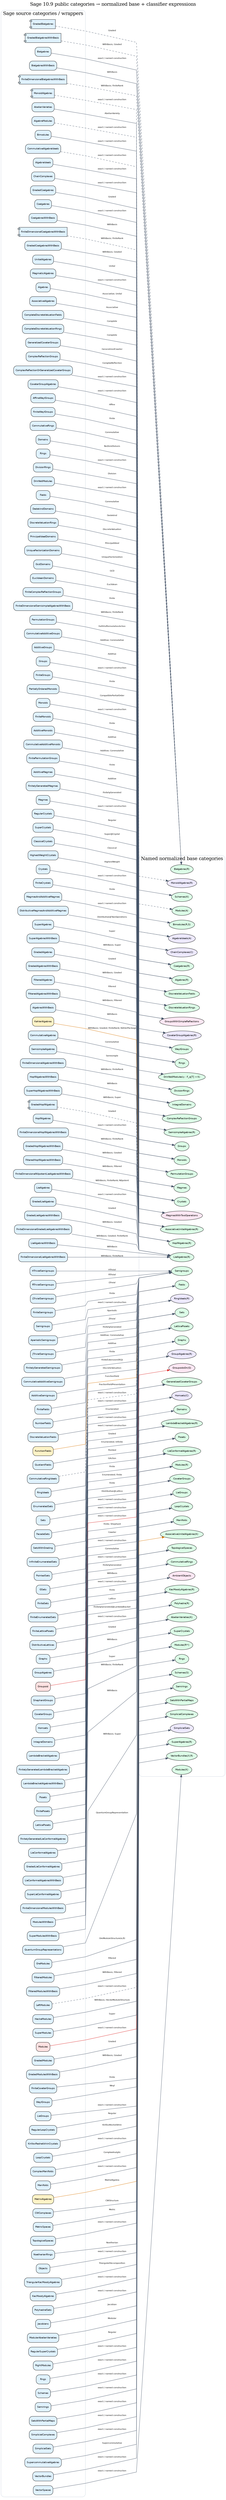
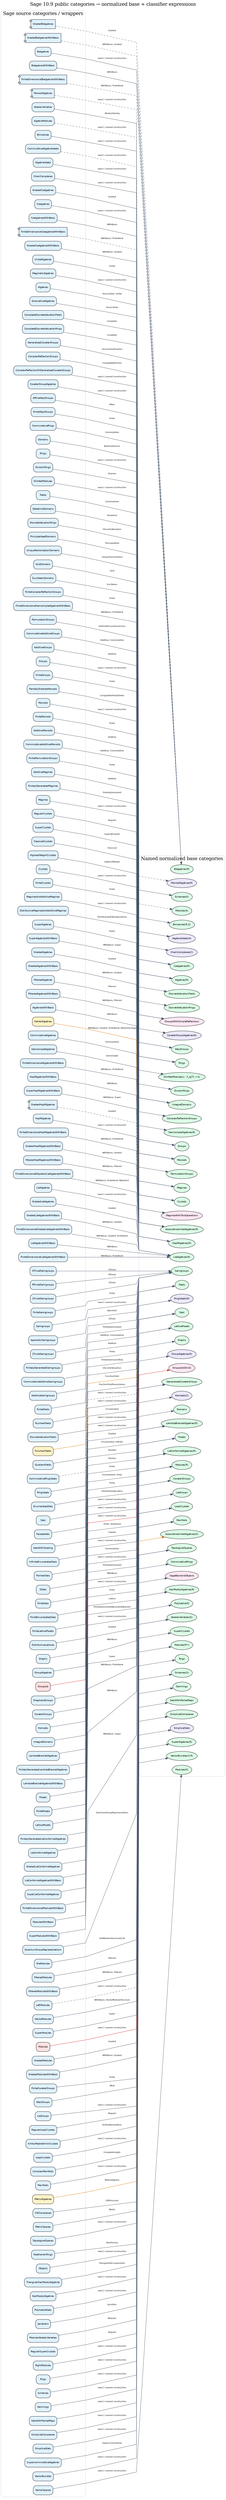
digraph SageNormalizedMapping {
  graph [rankdir=LR, overlap=false, splines=polyline, bgcolor="white",
         label="Sage 10.9 public categories → normalized base + classifier expressions", labelloc=t, fontsize=18];
  node [fontname="Helvetica", fontsize=9];
  edge [fontname="Helvetica", fontsize=8, color="#64748b"];
  subgraph cluster_sage {
    label="Sage source categories / wrappers"; color="#cbd5e1"; style="rounded";
    sage_a10b7a10d816 [label="FiniteDimensionalBialgebrasWithBasis", shape=component, style="rounded,filled", fillcolor="#e0f2fe", URL="https://github.com/sagemath/sage/blob/686dc1a8d420c2e0aabadd4f602d9a0aa4690c50/src/sage/categories/finite_dimensional_bialgebras_with_basis.py"];
    sage_61115eba919b [label="FiniteDimensionalCoalgebrasWithBasis", shape=component, style="rounded,filled", fillcolor="#e0f2fe", URL="https://github.com/sagemath/sage/blob/686dc1a8d420c2e0aabadd4f602d9a0aa4690c50/src/sage/categories/finite_dimensional_coalgebras_with_basis.py"];
    sage_518ab90babb2 [label="GradedBialgebras", shape=component, style="rounded,filled", fillcolor="#e0f2fe", URL="https://github.com/sagemath/sage/blob/686dc1a8d420c2e0aabadd4f602d9a0aa4690c50/src/sage/categories/graded_bialgebras.py"];
    sage_e73b337a8c1c [label="GradedBialgebrasWithBasis", shape=component, style="rounded,filled", fillcolor="#e0f2fe", URL="https://github.com/sagemath/sage/blob/686dc1a8d420c2e0aabadd4f602d9a0aa4690c50/src/sage/categories/graded_bialgebras_with_basis.py"];
    sage_1369b5128888 [label="GradedHopfAlgebras", shape=component, style="rounded,filled", fillcolor="#e0f2fe", URL="https://github.com/sagemath/sage/blob/686dc1a8d420c2e0aabadd4f602d9a0aa4690c50/src/sage/categories/graded_hopf_algebras.py"];
    sage_31d952af0f66 [label="MonoidAlgebras", shape=component, style="rounded,filled", fillcolor="#e0f2fe", URL="https://github.com/sagemath/sage/blob/686dc1a8d420c2e0aabadd4f602d9a0aa4690c50/src/sage/categories/monoid_algebras.py"];
    sage_1694e4766e3a [label="AbelianVarieties", shape=box, style="rounded,filled", fillcolor="#e0f2fe", URL="https://github.com/sagemath/sage/blob/686dc1a8d420c2e0aabadd4f602d9a0aa4690c50/src/sage/categories/schemes.py"];
    sage_15495658efed [label="AdditiveGroups", shape=box, style="rounded,filled", fillcolor="#e0f2fe", URL="https://github.com/sagemath/sage/blob/686dc1a8d420c2e0aabadd4f602d9a0aa4690c50/src/sage/categories/additive_groups.py"];
    sage_6caa2af510c6 [label="AdditiveMagmas", shape=box, style="rounded,filled", fillcolor="#e0f2fe", URL="https://github.com/sagemath/sage/blob/686dc1a8d420c2e0aabadd4f602d9a0aa4690c50/src/sage/categories/additive_magmas.py"];
    sage_0c27acd8e4ea [label="AdditiveMonoids", shape=box, style="rounded,filled", fillcolor="#e0f2fe", URL="https://github.com/sagemath/sage/blob/686dc1a8d420c2e0aabadd4f602d9a0aa4690c50/src/sage/categories/additive_monoids.py"];
    sage_505f02b11bb4 [label="AdditiveSemigroups", shape=box, style="rounded,filled", fillcolor="#e0f2fe", URL="https://github.com/sagemath/sage/blob/686dc1a8d420c2e0aabadd4f602d9a0aa4690c50/src/sage/categories/additive_semigroups.py"];
    sage_9b0e89afc4af [label="AffineWeylGroups", shape=box, style="rounded,filled", fillcolor="#e0f2fe", URL="https://github.com/sagemath/sage/blob/686dc1a8d420c2e0aabadd4f602d9a0aa4690c50/src/sage/categories/affine_weyl_groups.py"];
    sage_f3a64bb374ae [label="AlgebraIdeals", shape=box, style="rounded,filled", fillcolor="#e0f2fe", URL="https://github.com/sagemath/sage/blob/686dc1a8d420c2e0aabadd4f602d9a0aa4690c50/src/sage/categories/algebra_ideals.py"];
    sage_77b8f1236947 [label="AlgebraModules", shape=box, style="rounded,filled", fillcolor="#e0f2fe", URL="https://github.com/sagemath/sage/blob/686dc1a8d420c2e0aabadd4f602d9a0aa4690c50/src/sage/categories/algebra_modules.py"];
    sage_d6d37c787044 [label="Algebras", shape=box, style="rounded,filled", fillcolor="#e0f2fe", URL="https://github.com/sagemath/sage/blob/686dc1a8d420c2e0aabadd4f602d9a0aa4690c50/src/sage/categories/algebras.py"];
    sage_6795bf8a1300 [label="AlgebrasWithBasis", shape=box, style="rounded,filled", fillcolor="#e0f2fe", URL="https://github.com/sagemath/sage/blob/686dc1a8d420c2e0aabadd4f602d9a0aa4690c50/src/sage/categories/algebras_with_basis.py"];
    sage_dc6a6ac7ebf3 [label="AperiodicSemigroups", shape=box, style="rounded,filled", fillcolor="#e0f2fe", URL="https://github.com/sagemath/sage/blob/686dc1a8d420c2e0aabadd4f602d9a0aa4690c50/src/sage/categories/aperiodic_semigroups.py"];
    sage_6d4b2923f28c [label="AssociativeAlgebras", shape=box, style="rounded,filled", fillcolor="#e0f2fe", URL="https://github.com/sagemath/sage/blob/686dc1a8d420c2e0aabadd4f602d9a0aa4690c50/src/sage/categories/associative_algebras.py"];
    sage_a492dd1ea5cc [label="Bialgebras", shape=box, style="rounded,filled", fillcolor="#e0f2fe", URL="https://github.com/sagemath/sage/blob/686dc1a8d420c2e0aabadd4f602d9a0aa4690c50/src/sage/categories/bialgebras.py"];
    sage_0b430a8cf833 [label="BialgebrasWithBasis", shape=box, style="rounded,filled", fillcolor="#e0f2fe", URL="https://github.com/sagemath/sage/blob/686dc1a8d420c2e0aabadd4f602d9a0aa4690c50/src/sage/categories/bialgebras_with_basis.py"];
    sage_18712addae73 [label="Bimodules", shape=box, style="rounded,filled", fillcolor="#e0f2fe", URL="https://github.com/sagemath/sage/blob/686dc1a8d420c2e0aabadd4f602d9a0aa4690c50/src/sage/categories/bimodules.py"];
    sage_5bbcdf4fff4f [label="ChainComplexes", shape=box, style="rounded,filled", fillcolor="#e0f2fe", URL="https://github.com/sagemath/sage/blob/686dc1a8d420c2e0aabadd4f602d9a0aa4690c50/src/sage/categories/chain_complexes.py"];
    sage_9368aabeb573 [label="ClassicalCrystals", shape=box, style="rounded,filled", fillcolor="#e0f2fe", URL="https://github.com/sagemath/sage/blob/686dc1a8d420c2e0aabadd4f602d9a0aa4690c50/src/sage/categories/classical_crystals.py"];
    sage_17c455e578ee [label="Coalgebras", shape=box, style="rounded,filled", fillcolor="#e0f2fe", URL="https://github.com/sagemath/sage/blob/686dc1a8d420c2e0aabadd4f602d9a0aa4690c50/src/sage/categories/coalgebras.py"];
    sage_930a1b9cf5f4 [label="CoalgebrasWithBasis", shape=box, style="rounded,filled", fillcolor="#e0f2fe", URL="https://github.com/sagemath/sage/blob/686dc1a8d420c2e0aabadd4f602d9a0aa4690c50/src/sage/categories/coalgebras_with_basis.py"];
    sage_8cf90f06fd2a [label="CommutativeAdditiveGroups", shape=box, style="rounded,filled", fillcolor="#e0f2fe", URL="https://github.com/sagemath/sage/blob/686dc1a8d420c2e0aabadd4f602d9a0aa4690c50/src/sage/categories/commutative_additive_groups.py"];
    sage_1c085b97fe73 [label="CommutativeAdditiveMonoids", shape=box, style="rounded,filled", fillcolor="#e0f2fe", URL="https://github.com/sagemath/sage/blob/686dc1a8d420c2e0aabadd4f602d9a0aa4690c50/src/sage/categories/commutative_additive_monoids.py"];
    sage_8e8e1c9c5ce6 [label="CommutativeAdditiveSemigroups", shape=box, style="rounded,filled", fillcolor="#e0f2fe", URL="https://github.com/sagemath/sage/blob/686dc1a8d420c2e0aabadd4f602d9a0aa4690c50/src/sage/categories/commutative_additive_semigroups.py"];
    sage_1bbe7f4a1cce [label="CommutativeAlgebraIdeals", shape=box, style="rounded,filled", fillcolor="#e0f2fe", URL="https://github.com/sagemath/sage/blob/686dc1a8d420c2e0aabadd4f602d9a0aa4690c50/src/sage/categories/commutative_algebra_ideals.py"];
    sage_547c4dc3134d [label="CommutativeAlgebras", shape=box, style="rounded,filled", fillcolor="#e0f2fe", URL="https://github.com/sagemath/sage/blob/686dc1a8d420c2e0aabadd4f602d9a0aa4690c50/src/sage/categories/commutative_algebras.py"];
    sage_5dea05cb7440 [label="CommutativeRingIdeals", shape=box, style="rounded,filled", fillcolor="#e0f2fe", URL="https://github.com/sagemath/sage/blob/686dc1a8d420c2e0aabadd4f602d9a0aa4690c50/src/sage/categories/commutative_ring_ideals.py"];
    sage_3d8da0fd6136 [label="CommutativeRings", shape=box, style="rounded,filled", fillcolor="#e0f2fe", URL="https://github.com/sagemath/sage/blob/686dc1a8d420c2e0aabadd4f602d9a0aa4690c50/src/sage/categories/commutative_rings.py"];
    sage_1f4632a5c569 [label="CompleteDiscreteValuationFields", shape=box, style="rounded,filled", fillcolor="#e0f2fe", URL="https://github.com/sagemath/sage/blob/686dc1a8d420c2e0aabadd4f602d9a0aa4690c50/src/sage/categories/complete_discrete_valuation.py"];
    sage_1f299c8ec26f [label="CompleteDiscreteValuationRings", shape=box, style="rounded,filled", fillcolor="#e0f2fe", URL="https://github.com/sagemath/sage/blob/686dc1a8d420c2e0aabadd4f602d9a0aa4690c50/src/sage/categories/complete_discrete_valuation.py"];
    sage_42115443391d [label="ComplexReflectionGroups", shape=box, style="rounded,filled", fillcolor="#e0f2fe", URL="https://github.com/sagemath/sage/blob/686dc1a8d420c2e0aabadd4f602d9a0aa4690c50/src/sage/categories/complex_reflection_groups.py"];
    sage_161fc5ca1f26 [label="ComplexReflectionOrGeneralizedCoxeterGroups", shape=box, style="rounded,filled", fillcolor="#e0f2fe", URL="https://github.com/sagemath/sage/blob/686dc1a8d420c2e0aabadd4f602d9a0aa4690c50/src/sage/categories/complex_reflection_or_generalized_coxeter_groups.py"];
    sage_d9020e7952f4 [label="CoxeterGroupAlgebras", shape=box, style="rounded,filled", fillcolor="#e0f2fe", URL="https://github.com/sagemath/sage/blob/686dc1a8d420c2e0aabadd4f602d9a0aa4690c50/src/sage/categories/coxeter_group_algebras.py"];
    sage_b4c77c98b837 [label="CoxeterGroups", shape=box, style="rounded,filled", fillcolor="#e0f2fe", URL="https://github.com/sagemath/sage/blob/686dc1a8d420c2e0aabadd4f602d9a0aa4690c50/src/sage/categories/coxeter_groups.py"];
    sage_a3c2b2dbd555 [label="Crystals", shape=box, style="rounded,filled", fillcolor="#e0f2fe", URL="https://github.com/sagemath/sage/blob/686dc1a8d420c2e0aabadd4f602d9a0aa4690c50/src/sage/categories/crystals.py"];
    sage_365fcdc8b915 [label="CWComplexes", shape=box, style="rounded,filled", fillcolor="#e0f2fe", URL="https://github.com/sagemath/sage/blob/686dc1a8d420c2e0aabadd4f602d9a0aa4690c50/src/sage/categories/cw_complexes.py"];
    sage_d4ed6b836903 [label="DedekindDomains", shape=box, style="rounded,filled", fillcolor="#e0f2fe", URL="https://github.com/sagemath/sage/blob/686dc1a8d420c2e0aabadd4f602d9a0aa4690c50/src/sage/categories/dedekind_domains.py"];
    sage_81bdf3187421 [label="DiscreteValuationFields", shape=box, style="rounded,filled", fillcolor="#e0f2fe", URL="https://github.com/sagemath/sage/blob/686dc1a8d420c2e0aabadd4f602d9a0aa4690c50/src/sage/categories/discrete_valuation.py"];
    sage_d420b88e26e0 [label="DiscreteValuationRings", shape=box, style="rounded,filled", fillcolor="#e0f2fe", URL="https://github.com/sagemath/sage/blob/686dc1a8d420c2e0aabadd4f602d9a0aa4690c50/src/sage/categories/discrete_valuation.py"];
    sage_5282ae495ef7 [label="DistributiveMagmasAndAdditiveMagmas", shape=box, style="rounded,filled", fillcolor="#e0f2fe", URL="https://github.com/sagemath/sage/blob/686dc1a8d420c2e0aabadd4f602d9a0aa4690c50/src/sage/categories/distributive_magmas_and_additive_magmas.py"];
    sage_34e3333c2fe9 [label="DivisionRings", shape=box, style="rounded,filled", fillcolor="#e0f2fe", URL="https://github.com/sagemath/sage/blob/686dc1a8d420c2e0aabadd4f602d9a0aa4690c50/src/sage/categories/division_rings.py"];
    sage_a0d641b3f1af [label="Domains", shape=box, style="rounded,filled", fillcolor="#e0f2fe", URL="https://github.com/sagemath/sage/blob/686dc1a8d420c2e0aabadd4f602d9a0aa4690c50/src/sage/categories/domains.py"];
    sage_91aa2c40ce87 [label="DrinfeldModules", shape=box, style="rounded,filled", fillcolor="#e0f2fe", URL="https://github.com/sagemath/sage/blob/686dc1a8d420c2e0aabadd4f602d9a0aa4690c50/src/sage/categories/drinfeld_modules.py"];
    sage_287df5d4753c [label="EnumeratedSets", shape=box, style="rounded,filled", fillcolor="#e0f2fe", URL="https://github.com/sagemath/sage/blob/686dc1a8d420c2e0aabadd4f602d9a0aa4690c50/src/sage/categories/enumerated_sets.py"];
    sage_8189b302a153 [label="EuclideanDomains", shape=box, style="rounded,filled", fillcolor="#e0f2fe", URL="https://github.com/sagemath/sage/blob/686dc1a8d420c2e0aabadd4f602d9a0aa4690c50/src/sage/categories/euclidean_domains.py"];
    sage_32d0bce56bbc [label="FacadeSets", shape=box, style="rounded,filled", fillcolor="#e0f2fe", URL="https://github.com/sagemath/sage/blob/686dc1a8d420c2e0aabadd4f602d9a0aa4690c50/src/sage/categories/facade_sets.py"];
    sage_e8b685271238 [label="Fields", shape=box, style="rounded,filled", fillcolor="#e0f2fe", URL="https://github.com/sagemath/sage/blob/686dc1a8d420c2e0aabadd4f602d9a0aa4690c50/src/sage/categories/fields.py"];
    sage_5a253e5fd315 [label="FilteredAlgebras", shape=box, style="rounded,filled", fillcolor="#e0f2fe", URL="https://github.com/sagemath/sage/blob/686dc1a8d420c2e0aabadd4f602d9a0aa4690c50/src/sage/categories/filtered_algebras.py"];
    sage_91a16d12aa67 [label="FilteredAlgebrasWithBasis", shape=box, style="rounded,filled", fillcolor="#e0f2fe", URL="https://github.com/sagemath/sage/blob/686dc1a8d420c2e0aabadd4f602d9a0aa4690c50/src/sage/categories/filtered_algebras_with_basis.py"];
    sage_45e502e09eb8 [label="FilteredHopfAlgebrasWithBasis", shape=box, style="rounded,filled", fillcolor="#e0f2fe", URL="https://github.com/sagemath/sage/blob/686dc1a8d420c2e0aabadd4f602d9a0aa4690c50/src/sage/categories/filtered_hopf_algebras_with_basis.py"];
    sage_556bd5d785c2 [label="FilteredModules", shape=box, style="rounded,filled", fillcolor="#e0f2fe", URL="https://github.com/sagemath/sage/blob/686dc1a8d420c2e0aabadd4f602d9a0aa4690c50/src/sage/categories/filtered_modules.py"];
    sage_ffd46fda461e [label="FilteredModulesWithBasis", shape=box, style="rounded,filled", fillcolor="#e0f2fe", URL="https://github.com/sagemath/sage/blob/686dc1a8d420c2e0aabadd4f602d9a0aa4690c50/src/sage/categories/filtered_modules_with_basis.py"];
    sage_fdd21d56c088 [label="FiniteComplexReflectionGroups", shape=box, style="rounded,filled", fillcolor="#e0f2fe", URL="https://github.com/sagemath/sage/blob/686dc1a8d420c2e0aabadd4f602d9a0aa4690c50/src/sage/categories/finite_complex_reflection_groups.py"];
    sage_c5f99255087d [label="FiniteCoxeterGroups", shape=box, style="rounded,filled", fillcolor="#e0f2fe", URL="https://github.com/sagemath/sage/blob/686dc1a8d420c2e0aabadd4f602d9a0aa4690c50/src/sage/categories/finite_coxeter_groups.py"];
    sage_686a2068ca21 [label="FiniteCrystals", shape=box, style="rounded,filled", fillcolor="#e0f2fe", URL="https://github.com/sagemath/sage/blob/686dc1a8d420c2e0aabadd4f602d9a0aa4690c50/src/sage/categories/finite_crystals.py"];
    sage_3f6b4a972698 [label="FiniteDimensionalAlgebrasWithBasis", shape=box, style="rounded,filled", fillcolor="#e0f2fe", URL="https://github.com/sagemath/sage/blob/686dc1a8d420c2e0aabadd4f602d9a0aa4690c50/src/sage/categories/finite_dimensional_algebras_with_basis.py"];
    sage_62cab49a17a2 [label="FiniteDimensionalGradedLieAlgebrasWithBasis", shape=box, style="rounded,filled", fillcolor="#e0f2fe", URL="https://github.com/sagemath/sage/blob/686dc1a8d420c2e0aabadd4f602d9a0aa4690c50/src/sage/categories/finite_dimensional_graded_lie_algebras_with_basis.py"];
    sage_b767ab41f49b [label="FiniteDimensionalHopfAlgebrasWithBasis", shape=box, style="rounded,filled", fillcolor="#e0f2fe", URL="https://github.com/sagemath/sage/blob/686dc1a8d420c2e0aabadd4f602d9a0aa4690c50/src/sage/categories/finite_dimensional_hopf_algebras_with_basis.py"];
    sage_5b0c9872e369 [label="FiniteDimensionalLieAlgebrasWithBasis", shape=box, style="rounded,filled", fillcolor="#e0f2fe", URL="https://github.com/sagemath/sage/blob/686dc1a8d420c2e0aabadd4f602d9a0aa4690c50/src/sage/categories/finite_dimensional_lie_algebras_with_basis.py"];
    sage_aecc0518fd09 [label="FiniteDimensionalModulesWithBasis", shape=box, style="rounded,filled", fillcolor="#e0f2fe", URL="https://github.com/sagemath/sage/blob/686dc1a8d420c2e0aabadd4f602d9a0aa4690c50/src/sage/categories/finite_dimensional_modules_with_basis.py"];
    sage_a72fc3cc6d63 [label="FiniteDimensionalNilpotentLieAlgebrasWithBasis", shape=box, style="rounded,filled", fillcolor="#e0f2fe", URL="https://github.com/sagemath/sage/blob/686dc1a8d420c2e0aabadd4f602d9a0aa4690c50/src/sage/categories/finite_dimensional_nilpotent_lie_algebras_with_basis.py"];
    sage_3540d21d585b [label="FiniteDimensionalSemisimpleAlgebrasWithBasis", shape=box, style="rounded,filled", fillcolor="#e0f2fe", URL="https://github.com/sagemath/sage/blob/686dc1a8d420c2e0aabadd4f602d9a0aa4690c50/src/sage/categories/finite_dimensional_semisimple_algebras_with_basis.py"];
    sage_3a142f2fa146 [label="FiniteEnumeratedSets", shape=box, style="rounded,filled", fillcolor="#e0f2fe", URL="https://github.com/sagemath/sage/blob/686dc1a8d420c2e0aabadd4f602d9a0aa4690c50/src/sage/categories/finite_enumerated_sets.py"];
    sage_98923a1988ce [label="FiniteFields", shape=box, style="rounded,filled", fillcolor="#e0f2fe", URL="https://github.com/sagemath/sage/blob/686dc1a8d420c2e0aabadd4f602d9a0aa4690c50/src/sage/categories/finite_fields.py"];
    sage_cc7516239d47 [label="FiniteGroups", shape=box, style="rounded,filled", fillcolor="#e0f2fe", URL="https://github.com/sagemath/sage/blob/686dc1a8d420c2e0aabadd4f602d9a0aa4690c50/src/sage/categories/finite_groups.py"];
    sage_e9feebbc95e8 [label="FiniteLatticePosets", shape=box, style="rounded,filled", fillcolor="#e0f2fe", URL="https://github.com/sagemath/sage/blob/686dc1a8d420c2e0aabadd4f602d9a0aa4690c50/src/sage/categories/finite_lattice_posets.py"];
    sage_09b62a83a0ae [label="FiniteMonoids", shape=box, style="rounded,filled", fillcolor="#e0f2fe", URL="https://github.com/sagemath/sage/blob/686dc1a8d420c2e0aabadd4f602d9a0aa4690c50/src/sage/categories/finite_monoids.py"];
    sage_5e3c04638a1a [label="FinitePermutationGroups", shape=box, style="rounded,filled", fillcolor="#e0f2fe", URL="https://github.com/sagemath/sage/blob/686dc1a8d420c2e0aabadd4f602d9a0aa4690c50/src/sage/categories/finite_permutation_groups.py"];
    sage_476c34385fa9 [label="FinitePosets", shape=box, style="rounded,filled", fillcolor="#e0f2fe", URL="https://github.com/sagemath/sage/blob/686dc1a8d420c2e0aabadd4f602d9a0aa4690c50/src/sage/categories/finite_posets.py"];
    sage_7de113cf8f8c [label="FiniteSemigroups", shape=box, style="rounded,filled", fillcolor="#e0f2fe", URL="https://github.com/sagemath/sage/blob/686dc1a8d420c2e0aabadd4f602d9a0aa4690c50/src/sage/categories/finite_semigroups.py"];
    sage_dd6fa83dba6c [label="FiniteSets", shape=box, style="rounded,filled", fillcolor="#e0f2fe", URL="https://github.com/sagemath/sage/blob/686dc1a8d420c2e0aabadd4f602d9a0aa4690c50/src/sage/categories/finite_sets.py"];
    sage_44f31d277e02 [label="FiniteWeylGroups", shape=box, style="rounded,filled", fillcolor="#e0f2fe", URL="https://github.com/sagemath/sage/blob/686dc1a8d420c2e0aabadd4f602d9a0aa4690c50/src/sage/categories/finite_weyl_groups.py"];
    sage_b1518bae74d3 [label="FinitelyGeneratedLambdaBracketAlgebras", shape=box, style="rounded,filled", fillcolor="#e0f2fe", URL="https://github.com/sagemath/sage/blob/686dc1a8d420c2e0aabadd4f602d9a0aa4690c50/src/sage/categories/finitely_generated_lambda_bracket_algebras.py"];
    sage_804a03ff73ce [label="FinitelyGeneratedLieConformalAlgebras", shape=box, style="rounded,filled", fillcolor="#e0f2fe", URL="https://github.com/sagemath/sage/blob/686dc1a8d420c2e0aabadd4f602d9a0aa4690c50/src/sage/categories/finitely_generated_lie_conformal_algebras.py"];
    sage_3d0613fec294 [label="FinitelyGeneratedMagmas", shape=box, style="rounded,filled", fillcolor="#e0f2fe", URL="https://github.com/sagemath/sage/blob/686dc1a8d420c2e0aabadd4f602d9a0aa4690c50/src/sage/categories/finitely_generated_magmas.py"];
    sage_94b19b0ed06d [label="FinitelyGeneratedSemigroups", shape=box, style="rounded,filled", fillcolor="#e0f2fe", URL="https://github.com/sagemath/sage/blob/686dc1a8d420c2e0aabadd4f602d9a0aa4690c50/src/sage/categories/finitely_generated_semigroups.py"];
    sage_18bfc1afa49f [label="FunctionFields", shape=box, style="rounded,filled", fillcolor="#fef3c7", URL="https://github.com/sagemath/sage/blob/686dc1a8d420c2e0aabadd4f602d9a0aa4690c50/src/sage/categories/function_fields.py"];
    sage_7ba128acc907 [label="GSets", shape=box, style="rounded,filled", fillcolor="#e0f2fe", URL="https://github.com/sagemath/sage/blob/686dc1a8d420c2e0aabadd4f602d9a0aa4690c50/src/sage/categories/g_sets.py"];
    sage_184d856c094d [label="GcdDomains", shape=box, style="rounded,filled", fillcolor="#e0f2fe", URL="https://github.com/sagemath/sage/blob/686dc1a8d420c2e0aabadd4f602d9a0aa4690c50/src/sage/categories/gcd_domains.py"];
    sage_1a94d00ba9b9 [label="GeneralizedCoxeterGroups", shape=box, style="rounded,filled", fillcolor="#e0f2fe", URL="https://github.com/sagemath/sage/blob/686dc1a8d420c2e0aabadd4f602d9a0aa4690c50/src/sage/categories/generalized_coxeter_groups.py"];
    sage_be0ea3717b71 [label="GradedAlgebras", shape=box, style="rounded,filled", fillcolor="#e0f2fe", URL="https://github.com/sagemath/sage/blob/686dc1a8d420c2e0aabadd4f602d9a0aa4690c50/src/sage/categories/graded_algebras.py"];
    sage_807cdd53097d [label="GradedAlgebrasWithBasis", shape=box, style="rounded,filled", fillcolor="#e0f2fe", URL="https://github.com/sagemath/sage/blob/686dc1a8d420c2e0aabadd4f602d9a0aa4690c50/src/sage/categories/graded_algebras_with_basis.py"];
    sage_919cb1985ae2 [label="GradedCoalgebras", shape=box, style="rounded,filled", fillcolor="#e0f2fe", URL="https://github.com/sagemath/sage/blob/686dc1a8d420c2e0aabadd4f602d9a0aa4690c50/src/sage/categories/graded_coalgebras.py"];
    sage_418194415c21 [label="GradedCoalgebrasWithBasis", shape=box, style="rounded,filled", fillcolor="#e0f2fe", URL="https://github.com/sagemath/sage/blob/686dc1a8d420c2e0aabadd4f602d9a0aa4690c50/src/sage/categories/graded_coalgebras_with_basis.py"];
    sage_987814cde733 [label="GradedHopfAlgebrasWithBasis", shape=box, style="rounded,filled", fillcolor="#e0f2fe", URL="https://github.com/sagemath/sage/blob/686dc1a8d420c2e0aabadd4f602d9a0aa4690c50/src/sage/categories/graded_hopf_algebras_with_basis.py"];
    sage_480b8b9c7d33 [label="GradedLieAlgebras", shape=box, style="rounded,filled", fillcolor="#e0f2fe", URL="https://github.com/sagemath/sage/blob/686dc1a8d420c2e0aabadd4f602d9a0aa4690c50/src/sage/categories/graded_lie_algebras.py"];
    sage_95fb40c737b8 [label="GradedLieAlgebrasWithBasis", shape=box, style="rounded,filled", fillcolor="#e0f2fe", URL="https://github.com/sagemath/sage/blob/686dc1a8d420c2e0aabadd4f602d9a0aa4690c50/src/sage/categories/graded_lie_algebras_with_basis.py"];
    sage_17628f5a559c [label="GradedLieConformalAlgebras", shape=box, style="rounded,filled", fillcolor="#e0f2fe", URL="https://github.com/sagemath/sage/blob/686dc1a8d420c2e0aabadd4f602d9a0aa4690c50/src/sage/categories/graded_lie_conformal_algebras.py"];
    sage_6b8d41945bbd [label="GradedModules", shape=box, style="rounded,filled", fillcolor="#e0f2fe", URL="https://github.com/sagemath/sage/blob/686dc1a8d420c2e0aabadd4f602d9a0aa4690c50/src/sage/categories/graded_modules.py"];
    sage_56ca4f120854 [label="GradedModulesWithBasis", shape=box, style="rounded,filled", fillcolor="#e0f2fe", URL="https://github.com/sagemath/sage/blob/686dc1a8d420c2e0aabadd4f602d9a0aa4690c50/src/sage/categories/graded_modules_with_basis.py"];
    sage_78399476ef16 [label="Graphs", shape=box, style="rounded,filled", fillcolor="#e0f2fe", URL="https://github.com/sagemath/sage/blob/686dc1a8d420c2e0aabadd4f602d9a0aa4690c50/src/sage/categories/graphs.py"];
    sage_6754fb6cd8b3 [label="GroupAlgebras", shape=box, style="rounded,filled", fillcolor="#e0f2fe", URL="https://github.com/sagemath/sage/blob/686dc1a8d420c2e0aabadd4f602d9a0aa4690c50/src/sage/categories/group_algebras.py"];
    sage_b4060810bdc8 [label="Groupoid", shape=box, style="rounded,filled", fillcolor="#fee2e2", URL="https://github.com/sagemath/sage/blob/686dc1a8d420c2e0aabadd4f602d9a0aa4690c50/src/sage/categories/groupoid.py"];
    sage_ae9629f4ebb8 [label="Groups", shape=box, style="rounded,filled", fillcolor="#e0f2fe", URL="https://github.com/sagemath/sage/blob/686dc1a8d420c2e0aabadd4f602d9a0aa4690c50/src/sage/categories/groups.py"];
    sage_ff3d870612be [label="HTrivialSemigroups", shape=box, style="rounded,filled", fillcolor="#e0f2fe", URL="https://github.com/sagemath/sage/blob/686dc1a8d420c2e0aabadd4f602d9a0aa4690c50/src/sage/categories/h_trivial_semigroups.py"];
    sage_c26ffd9f4356 [label="HeckeModules", shape=box, style="rounded,filled", fillcolor="#e0f2fe", URL="https://github.com/sagemath/sage/blob/686dc1a8d420c2e0aabadd4f602d9a0aa4690c50/src/sage/categories/hecke_modules.py"];
    sage_1129970345ee [label="HighestWeightCrystals", shape=box, style="rounded,filled", fillcolor="#e0f2fe", URL="https://github.com/sagemath/sage/blob/686dc1a8d420c2e0aabadd4f602d9a0aa4690c50/src/sage/categories/highest_weight_crystals.py"];
    sage_cf9fa120c4c7 [label="Homsets", shape=box, style="rounded,filled", fillcolor="#e0f2fe", URL="https://github.com/sagemath/sage/blob/686dc1a8d420c2e0aabadd4f602d9a0aa4690c50/src/sage/categories/homsets.py"];
    sage_3e8b497307f5 [label="HopfAlgebras", shape=box, style="rounded,filled", fillcolor="#e0f2fe", URL="https://github.com/sagemath/sage/blob/686dc1a8d420c2e0aabadd4f602d9a0aa4690c50/src/sage/categories/hopf_algebras.py"];
    sage_cd0ddcef5725 [label="HopfAlgebrasWithBasis", shape=box, style="rounded,filled", fillcolor="#e0f2fe", URL="https://github.com/sagemath/sage/blob/686dc1a8d420c2e0aabadd4f602d9a0aa4690c50/src/sage/categories/hopf_algebras_with_basis.py"];
    sage_9a00984eb2d7 [label="InfiniteEnumeratedSets", shape=box, style="rounded,filled", fillcolor="#e0f2fe", URL="https://github.com/sagemath/sage/blob/686dc1a8d420c2e0aabadd4f602d9a0aa4690c50/src/sage/categories/infinite_enumerated_sets.py"];
    sage_1ca3a9a5a7cb [label="IntegralDomains", shape=box, style="rounded,filled", fillcolor="#e0f2fe", URL="https://github.com/sagemath/sage/blob/686dc1a8d420c2e0aabadd4f602d9a0aa4690c50/src/sage/categories/integral_domains.py"];
    sage_dd194c3dc46a [label="JTrivialSemigroups", shape=box, style="rounded,filled", fillcolor="#e0f2fe", URL="https://github.com/sagemath/sage/blob/686dc1a8d420c2e0aabadd4f602d9a0aa4690c50/src/sage/categories/j_trivial_semigroups.py"];
    sage_46c150798ff0 [label="KacMoodyAlgebras", shape=box, style="rounded,filled", fillcolor="#e0f2fe", URL="https://github.com/sagemath/sage/blob/686dc1a8d420c2e0aabadd4f602d9a0aa4690c50/src/sage/categories/kac_moody_algebras.py"];
    sage_c6dec338603a [label="KahlerAlgebras", shape=box, style="rounded,filled", fillcolor="#fef3c7", URL="https://github.com/sagemath/sage/blob/686dc1a8d420c2e0aabadd4f602d9a0aa4690c50/src/sage/categories/kahler_algebras.py"];
    sage_351c32f9b3d0 [label="LTrivialSemigroups", shape=box, style="rounded,filled", fillcolor="#e0f2fe", URL="https://github.com/sagemath/sage/blob/686dc1a8d420c2e0aabadd4f602d9a0aa4690c50/src/sage/categories/l_trivial_semigroups.py"];
    sage_25e512299af5 [label="LambdaBracketAlgebras", shape=box, style="rounded,filled", fillcolor="#e0f2fe", URL="https://github.com/sagemath/sage/blob/686dc1a8d420c2e0aabadd4f602d9a0aa4690c50/src/sage/categories/lambda_bracket_algebras.py"];
    sage_bd501221405a [label="LambdaBracketAlgebrasWithBasis", shape=box, style="rounded,filled", fillcolor="#e0f2fe", URL="https://github.com/sagemath/sage/blob/686dc1a8d420c2e0aabadd4f602d9a0aa4690c50/src/sage/categories/lambda_bracket_algebras_with_basis.py"];
    sage_79edf78e8849 [label="DistributiveLattices", shape=box, style="rounded,filled", fillcolor="#e0f2fe", URL="https://github.com/sagemath/sage/blob/686dc1a8d420c2e0aabadd4f602d9a0aa4690c50/src/sage/categories/lattice_posets.py"];
    sage_e40041b56658 [label="LatticePosets", shape=box, style="rounded,filled", fillcolor="#e0f2fe", URL="https://github.com/sagemath/sage/blob/686dc1a8d420c2e0aabadd4f602d9a0aa4690c50/src/sage/categories/lattice_posets.py"];
    sage_b17c1e63aa0f [label="LeftModules", shape=box, style="rounded,filled", fillcolor="#e0f2fe", URL="https://github.com/sagemath/sage/blob/686dc1a8d420c2e0aabadd4f602d9a0aa4690c50/src/sage/categories/left_modules.py"];
    sage_290ea1cb9aeb [label="LieAlgebras", shape=box, style="rounded,filled", fillcolor="#e0f2fe", URL="https://github.com/sagemath/sage/blob/686dc1a8d420c2e0aabadd4f602d9a0aa4690c50/src/sage/categories/lie_algebras.py"];
    sage_7ad02c2d621f [label="LieAlgebrasWithBasis", shape=box, style="rounded,filled", fillcolor="#e0f2fe", URL="https://github.com/sagemath/sage/blob/686dc1a8d420c2e0aabadd4f602d9a0aa4690c50/src/sage/categories/lie_algebras_with_basis.py"];
    sage_1d77a9353b9e [label="LieConformalAlgebras", shape=box, style="rounded,filled", fillcolor="#e0f2fe", URL="https://github.com/sagemath/sage/blob/686dc1a8d420c2e0aabadd4f602d9a0aa4690c50/src/sage/categories/lie_conformal_algebras.py"];
    sage_b92bfc55d5ba [label="LieConformalAlgebrasWithBasis", shape=box, style="rounded,filled", fillcolor="#e0f2fe", URL="https://github.com/sagemath/sage/blob/686dc1a8d420c2e0aabadd4f602d9a0aa4690c50/src/sage/categories/lie_conformal_algebras_with_basis.py"];
    sage_a5b329834c9a [label="LieGroups", shape=box, style="rounded,filled", fillcolor="#e0f2fe", URL="https://github.com/sagemath/sage/blob/686dc1a8d420c2e0aabadd4f602d9a0aa4690c50/src/sage/categories/lie_groups.py"];
    sage_77046a539bd5 [label="KirillovReshetikhinCrystals", shape=box, style="rounded,filled", fillcolor="#e0f2fe", URL="https://github.com/sagemath/sage/blob/686dc1a8d420c2e0aabadd4f602d9a0aa4690c50/src/sage/categories/loop_crystals.py"];
    sage_4b1d3c7f6f2b [label="LoopCrystals", shape=box, style="rounded,filled", fillcolor="#e0f2fe", URL="https://github.com/sagemath/sage/blob/686dc1a8d420c2e0aabadd4f602d9a0aa4690c50/src/sage/categories/loop_crystals.py"];
    sage_b7190f7c4b70 [label="RegularLoopCrystals", shape=box, style="rounded,filled", fillcolor="#e0f2fe", URL="https://github.com/sagemath/sage/blob/686dc1a8d420c2e0aabadd4f602d9a0aa4690c50/src/sage/categories/loop_crystals.py"];
    sage_c2c8e74e59f6 [label="Magmas", shape=box, style="rounded,filled", fillcolor="#e0f2fe", URL="https://github.com/sagemath/sage/blob/686dc1a8d420c2e0aabadd4f602d9a0aa4690c50/src/sage/categories/magmas.py"];
    sage_ce4db4c204eb [label="MagmasAndAdditiveMagmas", shape=box, style="rounded,filled", fillcolor="#e0f2fe", URL="https://github.com/sagemath/sage/blob/686dc1a8d420c2e0aabadd4f602d9a0aa4690c50/src/sage/categories/magmas_and_additive_magmas.py"];
    sage_0d2bdb012929 [label="MagmaticAlgebras", shape=box, style="rounded,filled", fillcolor="#e0f2fe", URL="https://github.com/sagemath/sage/blob/686dc1a8d420c2e0aabadd4f602d9a0aa4690c50/src/sage/categories/magmatic_algebras.py"];
    sage_73c8c5f00888 [label="ComplexManifolds", shape=box, style="rounded,filled", fillcolor="#e0f2fe", URL="https://github.com/sagemath/sage/blob/686dc1a8d420c2e0aabadd4f602d9a0aa4690c50/src/sage/categories/manifolds.py"];
    sage_b29321c28bdd [label="Manifolds", shape=box, style="rounded,filled", fillcolor="#e0f2fe", URL="https://github.com/sagemath/sage/blob/686dc1a8d420c2e0aabadd4f602d9a0aa4690c50/src/sage/categories/manifolds.py"];
    sage_118c5eef8218 [label="MatrixAlgebras", shape=box, style="rounded,filled", fillcolor="#fef3c7", URL="https://github.com/sagemath/sage/blob/686dc1a8d420c2e0aabadd4f602d9a0aa4690c50/src/sage/categories/matrix_algebras.py"];
    sage_219a10054442 [label="MetricSpaces", shape=box, style="rounded,filled", fillcolor="#e0f2fe", URL="https://github.com/sagemath/sage/blob/686dc1a8d420c2e0aabadd4f602d9a0aa4690c50/src/sage/categories/metric_spaces.py"];
    sage_324406355fdf [label="ModularAbelianVarieties", shape=box, style="rounded,filled", fillcolor="#e0f2fe", URL="https://github.com/sagemath/sage/blob/686dc1a8d420c2e0aabadd4f602d9a0aa4690c50/src/sage/categories/modular_abelian_varieties.py"];
    sage_04e9462c0ff0 [label="Modules", shape=box, style="rounded,filled", fillcolor="#fee2e2", URL="https://github.com/sagemath/sage/blob/686dc1a8d420c2e0aabadd4f602d9a0aa4690c50/src/sage/categories/modules.py"];
    sage_eaa48976f90d [label="ModulesWithBasis", shape=box, style="rounded,filled", fillcolor="#e0f2fe", URL="https://github.com/sagemath/sage/blob/686dc1a8d420c2e0aabadd4f602d9a0aa4690c50/src/sage/categories/modules_with_basis.py"];
    sage_56e588a86d02 [label="Monoids", shape=box, style="rounded,filled", fillcolor="#e0f2fe", URL="https://github.com/sagemath/sage/blob/686dc1a8d420c2e0aabadd4f602d9a0aa4690c50/src/sage/categories/monoids.py"];
    sage_084de703e1be [label="NoetherianRings", shape=box, style="rounded,filled", fillcolor="#e0f2fe", URL="https://github.com/sagemath/sage/blob/686dc1a8d420c2e0aabadd4f602d9a0aa4690c50/src/sage/categories/noetherian_rings.py"];
    sage_dda7395e5d4b [label="NumberFields", shape=box, style="rounded,filled", fillcolor="#e0f2fe", URL="https://github.com/sagemath/sage/blob/686dc1a8d420c2e0aabadd4f602d9a0aa4690c50/src/sage/categories/number_fields.py"];
    sage_72a83add2c5e [label="Objects", shape=box, style="rounded,filled", fillcolor="#e0f2fe", URL="https://github.com/sagemath/sage/blob/686dc1a8d420c2e0aabadd4f602d9a0aa4690c50/src/sage/categories/objects.py"];
    sage_9b6151949138 [label="OreModules", shape=box, style="rounded,filled", fillcolor="#e0f2fe", URL="https://github.com/sagemath/sage/blob/686dc1a8d420c2e0aabadd4f602d9a0aa4690c50/src/sage/categories/ore_modules.py"];
    sage_8d1c6be44055 [label="PartiallyOrderedMonoids", shape=box, style="rounded,filled", fillcolor="#e0f2fe", URL="https://github.com/sagemath/sage/blob/686dc1a8d420c2e0aabadd4f602d9a0aa4690c50/src/sage/categories/partially_ordered_monoids.py"];
    sage_d201f1533e6e [label="PermutationGroups", shape=box, style="rounded,filled", fillcolor="#e0f2fe", URL="https://github.com/sagemath/sage/blob/686dc1a8d420c2e0aabadd4f602d9a0aa4690c50/src/sage/categories/permutation_groups.py"];
    sage_8213450e0e52 [label="PointedSets", shape=box, style="rounded,filled", fillcolor="#e0f2fe", URL="https://github.com/sagemath/sage/blob/686dc1a8d420c2e0aabadd4f602d9a0aa4690c50/src/sage/categories/pointed_sets.py"];
    sage_2da4dde9db7a [label="PolyhedralSets", shape=box, style="rounded,filled", fillcolor="#e0f2fe", URL="https://github.com/sagemath/sage/blob/686dc1a8d420c2e0aabadd4f602d9a0aa4690c50/src/sage/categories/polyhedra.py"];
    sage_1b9290901017 [label="Posets", shape=box, style="rounded,filled", fillcolor="#e0f2fe", URL="https://github.com/sagemath/sage/blob/686dc1a8d420c2e0aabadd4f602d9a0aa4690c50/src/sage/categories/posets.py"];
    sage_2be5837abb10 [label="PrincipalIdealDomains", shape=box, style="rounded,filled", fillcolor="#e0f2fe", URL="https://github.com/sagemath/sage/blob/686dc1a8d420c2e0aabadd4f602d9a0aa4690c50/src/sage/categories/principal_ideal_domains.py"];
    sage_6ffd32d0c374 [label="QuantumGroupRepresentations", shape=box, style="rounded,filled", fillcolor="#e0f2fe", URL="https://github.com/sagemath/sage/blob/686dc1a8d420c2e0aabadd4f602d9a0aa4690c50/src/sage/categories/quantum_group_representations.py"];
    sage_895f02661887 [label="QuotientFields", shape=box, style="rounded,filled", fillcolor="#e0f2fe", URL="https://github.com/sagemath/sage/blob/686dc1a8d420c2e0aabadd4f602d9a0aa4690c50/src/sage/categories/quotient_fields.py"];
    sage_5c5a72de4ef6 [label="RTrivialSemigroups", shape=box, style="rounded,filled", fillcolor="#e0f2fe", URL="https://github.com/sagemath/sage/blob/686dc1a8d420c2e0aabadd4f602d9a0aa4690c50/src/sage/categories/r_trivial_semigroups.py"];
    sage_722143466608 [label="RegularCrystals", shape=box, style="rounded,filled", fillcolor="#e0f2fe", URL="https://github.com/sagemath/sage/blob/686dc1a8d420c2e0aabadd4f602d9a0aa4690c50/src/sage/categories/regular_crystals.py"];
    sage_3ce36bb1ada3 [label="RegularSuperCrystals", shape=box, style="rounded,filled", fillcolor="#e0f2fe", URL="https://github.com/sagemath/sage/blob/686dc1a8d420c2e0aabadd4f602d9a0aa4690c50/src/sage/categories/regular_super_crystals.py"];
    sage_c704c375032f [label="RightModules", shape=box, style="rounded,filled", fillcolor="#e0f2fe", URL="https://github.com/sagemath/sage/blob/686dc1a8d420c2e0aabadd4f602d9a0aa4690c50/src/sage/categories/right_modules.py"];
    sage_bf8a9e50e0ca [label="RingIdeals", shape=box, style="rounded,filled", fillcolor="#e0f2fe", URL="https://github.com/sagemath/sage/blob/686dc1a8d420c2e0aabadd4f602d9a0aa4690c50/src/sage/categories/ring_ideals.py"];
    sage_75b04b88d466 [label="Rings", shape=box, style="rounded,filled", fillcolor="#e0f2fe", URL="https://github.com/sagemath/sage/blob/686dc1a8d420c2e0aabadd4f602d9a0aa4690c50/src/sage/categories/rings.py"];
    sage_a50c7afdb74a [label="Rngs", shape=box, style="rounded,filled", fillcolor="#e0f2fe", URL="https://github.com/sagemath/sage/blob/686dc1a8d420c2e0aabadd4f602d9a0aa4690c50/src/sage/categories/rngs.py"];
    sage_65d2b63f219c [label="Jacobians", shape=box, style="rounded,filled", fillcolor="#e0f2fe", URL="https://github.com/sagemath/sage/blob/686dc1a8d420c2e0aabadd4f602d9a0aa4690c50/src/sage/categories/schemes.py"];
    sage_0a4e55c66da7 [label="Schemes", shape=box, style="rounded,filled", fillcolor="#e0f2fe", URL="https://github.com/sagemath/sage/blob/686dc1a8d420c2e0aabadd4f602d9a0aa4690c50/src/sage/categories/schemes.py"];
    sage_ef263c15e407 [label="Semigroups", shape=box, style="rounded,filled", fillcolor="#e0f2fe", URL="https://github.com/sagemath/sage/blob/686dc1a8d420c2e0aabadd4f602d9a0aa4690c50/src/sage/categories/semigroups.py"];
    sage_5ed3021e33f8 [label="Semirings", shape=box, style="rounded,filled", fillcolor="#e0f2fe", URL="https://github.com/sagemath/sage/blob/686dc1a8d420c2e0aabadd4f602d9a0aa4690c50/src/sage/categories/semirings.py"];
    sage_fc3bf6bb2843 [label="SemisimpleAlgebras", shape=box, style="rounded,filled", fillcolor="#e0f2fe", URL="https://github.com/sagemath/sage/blob/686dc1a8d420c2e0aabadd4f602d9a0aa4690c50/src/sage/categories/semisimple_algebras.py"];
    sage_2ab262f44dfc [label="Sets", shape=box, style="rounded,filled", fillcolor="#e0f2fe", URL="https://github.com/sagemath/sage/blob/686dc1a8d420c2e0aabadd4f602d9a0aa4690c50/src/sage/categories/sets_cat.py"];
    sage_867d841fe4c3 [label="SetsWithGrading", shape=box, style="rounded,filled", fillcolor="#e0f2fe", URL="https://github.com/sagemath/sage/blob/686dc1a8d420c2e0aabadd4f602d9a0aa4690c50/src/sage/categories/sets_with_grading.py"];
    sage_8b9f7f18ef72 [label="SetsWithPartialMaps", shape=box, style="rounded,filled", fillcolor="#e0f2fe", URL="https://github.com/sagemath/sage/blob/686dc1a8d420c2e0aabadd4f602d9a0aa4690c50/src/sage/categories/sets_with_partial_maps.py"];
    sage_ca35fbf7f503 [label="ShephardGroups", shape=box, style="rounded,filled", fillcolor="#e0f2fe", URL="https://github.com/sagemath/sage/blob/686dc1a8d420c2e0aabadd4f602d9a0aa4690c50/src/sage/categories/shephard_groups.py"];
    sage_b3daf67d7dda [label="SimplicialComplexes", shape=box, style="rounded,filled", fillcolor="#e0f2fe", URL="https://github.com/sagemath/sage/blob/686dc1a8d420c2e0aabadd4f602d9a0aa4690c50/src/sage/categories/simplicial_complexes.py"];
    sage_1cc1508d32a4 [label="SimplicialSets", shape=box, style="rounded,filled", fillcolor="#e0f2fe", URL="https://github.com/sagemath/sage/blob/686dc1a8d420c2e0aabadd4f602d9a0aa4690c50/src/sage/categories/simplicial_sets.py"];
    sage_47784f090b3c [label="SuperAlgebras", shape=box, style="rounded,filled", fillcolor="#e0f2fe", URL="https://github.com/sagemath/sage/blob/686dc1a8d420c2e0aabadd4f602d9a0aa4690c50/src/sage/categories/super_algebras.py"];
    sage_4043f792ed82 [label="SuperAlgebrasWithBasis", shape=box, style="rounded,filled", fillcolor="#e0f2fe", URL="https://github.com/sagemath/sage/blob/686dc1a8d420c2e0aabadd4f602d9a0aa4690c50/src/sage/categories/super_algebras_with_basis.py"];
    sage_e301a2e9425e [label="SuperHopfAlgebrasWithBasis", shape=box, style="rounded,filled", fillcolor="#e0f2fe", URL="https://github.com/sagemath/sage/blob/686dc1a8d420c2e0aabadd4f602d9a0aa4690c50/src/sage/categories/super_hopf_algebras_with_basis.py"];
    sage_a748a02dbb0e [label="SuperLieConformalAlgebras", shape=box, style="rounded,filled", fillcolor="#e0f2fe", URL="https://github.com/sagemath/sage/blob/686dc1a8d420c2e0aabadd4f602d9a0aa4690c50/src/sage/categories/super_lie_conformal_algebras.py"];
    sage_884b06deaf85 [label="SuperModules", shape=box, style="rounded,filled", fillcolor="#e0f2fe", URL="https://github.com/sagemath/sage/blob/686dc1a8d420c2e0aabadd4f602d9a0aa4690c50/src/sage/categories/super_modules.py"];
    sage_77bc090e0646 [label="SuperModulesWithBasis", shape=box, style="rounded,filled", fillcolor="#e0f2fe", URL="https://github.com/sagemath/sage/blob/686dc1a8d420c2e0aabadd4f602d9a0aa4690c50/src/sage/categories/super_modules_with_basis.py"];
    sage_36c263f548c9 [label="SupercommutativeAlgebras", shape=box, style="rounded,filled", fillcolor="#e0f2fe", URL="https://github.com/sagemath/sage/blob/686dc1a8d420c2e0aabadd4f602d9a0aa4690c50/src/sage/categories/supercommutative_algebras.py"];
    sage_2525bb8d4c50 [label="SuperCrystals", shape=box, style="rounded,filled", fillcolor="#e0f2fe", URL="https://github.com/sagemath/sage/blob/686dc1a8d420c2e0aabadd4f602d9a0aa4690c50/src/sage/categories/supercrystals.py"];
    sage_696bb0d9b3e6 [label="TopologicalSpaces", shape=box, style="rounded,filled", fillcolor="#e0f2fe", URL="https://github.com/sagemath/sage/blob/686dc1a8d420c2e0aabadd4f602d9a0aa4690c50/src/sage/categories/topological_spaces.py"];
    sage_896e811da4fc [label="TriangularKacMoodyAlgebras", shape=box, style="rounded,filled", fillcolor="#e0f2fe", URL="https://github.com/sagemath/sage/blob/686dc1a8d420c2e0aabadd4f602d9a0aa4690c50/src/sage/categories/triangular_kac_moody_algebras.py"];
    sage_6c1b997a3775 [label="UniqueFactorizationDomains", shape=box, style="rounded,filled", fillcolor="#e0f2fe", URL="https://github.com/sagemath/sage/blob/686dc1a8d420c2e0aabadd4f602d9a0aa4690c50/src/sage/categories/unique_factorization_domains.py"];
    sage_b96f8ac56b75 [label="UnitalAlgebras", shape=box, style="rounded,filled", fillcolor="#e0f2fe", URL="https://github.com/sagemath/sage/blob/686dc1a8d420c2e0aabadd4f602d9a0aa4690c50/src/sage/categories/unital_algebras.py"];
    sage_5c54e1babd42 [label="VectorBundles", shape=box, style="rounded,filled", fillcolor="#e0f2fe", URL="https://github.com/sagemath/sage/blob/686dc1a8d420c2e0aabadd4f602d9a0aa4690c50/src/sage/categories/vector_bundles.py"];
    sage_1f4fe737433d [label="VectorSpaces", shape=box, style="rounded,filled", fillcolor="#e0f2fe", URL="https://github.com/sagemath/sage/blob/686dc1a8d420c2e0aabadd4f602d9a0aa4690c50/src/sage/categories/vector_spaces.py"];
    sage_11afae939210 [label="WeylGroups", shape=box, style="rounded,filled", fillcolor="#e0f2fe", URL="https://github.com/sagemath/sage/blob/686dc1a8d420c2e0aabadd4f602d9a0aa4690c50/src/sage/categories/weyl_groups.py"];
  }
  subgraph cluster_normalized {
    label="Named normalized base categories"; color="#cbd5e1"; style="rounded";
    base_90aabdd36413 [label="AbelianVarieties(K)", shape=ellipse, style=filled, fillcolor="#dcfce7"];
    base_813bcc11933c [label="AlgebraIdeals(A)", shape=ellipse, style=filled, fillcolor="#ede9fe"];
    base_c6d7ad49fdf0 [label="Algebras(R)", shape=ellipse, style=filled, fillcolor="#dcfce7"];
-     base_6ec920ed081b [label="AmbientObjects", shape=ellipse, style=filled, fillcolor="#fce7f3"];
+     base_6ec920ed081b [label="SageBackendObjects", shape=ellipse, style=filled, fillcolor="#fce7f3"];
    base_c991fcc977fa [label="AssociativeUnitalAlgebras(K)", shape=ellipse, style=filled, fillcolor="#dcfce7"];
    base_d2472086daa0 [label="AssociativeUnitalAlgebras(R)", shape=ellipse, style=filled, fillcolor="#dcfce7"];
    base_36857a148b10 [label="Bialgebras(R)", shape=ellipse, style=filled, fillcolor="#dcfce7"];
    base_7c7ca4b3703a [label="Bimodules(R,S)", shape=ellipse, style=filled, fillcolor="#dcfce7"];
    base_132abe86d94d [label="ChainComplexes(C)", shape=ellipse, style=filled, fillcolor="#ede9fe"];
    base_6112346e994c [label="Coalgebras(R)", shape=ellipse, style=filled, fillcolor="#dcfce7"];
    base_3d8da0fd6136 [label="CommutativeRings", shape=ellipse, style=filled, fillcolor="#dcfce7"];
    base_42115443391d [label="ComplexReflectionGroups", shape=ellipse, style=filled, fillcolor="#dcfce7"];
    base_47ccad0e4f35 [label="CoxeterGroupAlgebras(R)", shape=ellipse, style=filled, fillcolor="#ede9fe"];
    base_b4c77c98b837 [label="CoxeterGroups", shape=ellipse, style=filled, fillcolor="#dcfce7"];
    base_a3c2b2dbd555 [label="Crystals", shape=ellipse, style=filled, fillcolor="#dcfce7"];
    base_81bdf3187421 [label="DiscreteValuationFields", shape=ellipse, style=filled, fillcolor="#dcfce7"];
    base_d420b88e26e0 [label="DiscreteValuationRings", shape=ellipse, style=filled, fillcolor="#dcfce7"];
    base_34e3333c2fe9 [label="DivisionRings", shape=ellipse, style=filled, fillcolor="#dcfce7"];
    base_a0d641b3f1af [label="Domains", shape=ellipse, style=filled, fillcolor="#dcfce7"];
    base_00618a56d882 [label="DrinfeldModules(γ : F_q[T] → K)", shape=ellipse, style=filled, fillcolor="#dcfce7"];
    base_e8b685271238 [label="Fields", shape=ellipse, style=filled, fillcolor="#dcfce7"];
    base_1a94d00ba9b9 [label="GeneralizedCoxeterGroups", shape=ellipse, style=filled, fillcolor="#dcfce7"];
    base_78399476ef16 [label="Graphs", shape=ellipse, style=filled, fillcolor="#dcfce7"];
    base_754d43afe02c [label="GroupAlgebras(R)", shape=ellipse, style=filled, fillcolor="#ede9fe"];
    base_ed3df5c6a6da [label="GroupoidsOn(G)", shape=ellipse, style=filled, fillcolor="#fce7f3"];
    base_ae9629f4ebb8 [label="Groups", shape=ellipse, style=filled, fillcolor="#dcfce7"];
    base_62da68999be6 [label="GroupsWithSimpleReflections", shape=ellipse, style=filled, fillcolor="#fce7f3"];
    base_ab8ec49ed900 [label="Homsets(C)", shape=ellipse, style=filled, fillcolor="#ede9fe"];
    base_9f1bd4618162 [label="HopfAlgebras(R)", shape=ellipse, style=filled, fillcolor="#dcfce7"];
    base_1ca3a9a5a7cb [label="IntegralDomains", shape=ellipse, style=filled, fillcolor="#dcfce7"];
    base_c253467bd70d [label="KacMoodyAlgebras(R)", shape=ellipse, style=filled, fillcolor="#dcfce7"];
    base_19953d8feb21 [label="LambdaBracketAlgebras(R)", shape=ellipse, style=filled, fillcolor="#dcfce7"];
    base_e40041b56658 [label="LatticePosets", shape=ellipse, style=filled, fillcolor="#dcfce7"];
    base_969e07a113de [label="LieAlgebras(R)", shape=ellipse, style=filled, fillcolor="#dcfce7"];
    base_0a564f70c983 [label="LieConformalAlgebras(R)", shape=ellipse, style=filled, fillcolor="#dcfce7"];
    base_a5b329834c9a [label="LieGroups", shape=ellipse, style=filled, fillcolor="#dcfce7"];
    base_4b1d3c7f6f2b [label="LoopCrystals", shape=ellipse, style=filled, fillcolor="#dcfce7"];
    base_c2c8e74e59f6 [label="Magmas", shape=ellipse, style=filled, fillcolor="#dcfce7"];
    base_a186e7b6439e [label="MagmasWithTwoOperations", shape=ellipse, style=filled, fillcolor="#fce7f3"];
    base_b29321c28bdd [label="Manifolds", shape=ellipse, style=filled, fillcolor="#dcfce7"];
    base_880545c5d88d [label="Modules(A)", shape=ellipse, style=filled, fillcolor="#dcfce7"];
    base_4bc72293de86 [label="Modules(K)", shape=ellipse, style=filled, fillcolor="#dcfce7"];
    base_c37b69ac263a [label="Modules(R)", shape=ellipse, style=filled, fillcolor="#dcfce7"];
    base_448429fbcf3d [label="Modules(Rᵒᵖ)", shape=ellipse, style=filled, fillcolor="#dcfce7"];
    base_95f006ef19bb [label="MonoidAlgebras(R)", shape=ellipse, style=filled, fillcolor="#ede9fe"];
    base_56e588a86d02 [label="Monoids", shape=ellipse, style=filled, fillcolor="#dcfce7"];
    base_d201f1533e6e [label="PermutationGroups", shape=ellipse, style=filled, fillcolor="#dcfce7"];
    base_20c229b52bff [label="Polyhedra(R)", shape=ellipse, style=filled, fillcolor="#dcfce7"];
    base_1b9290901017 [label="Posets", shape=ellipse, style=filled, fillcolor="#dcfce7"];
    base_6cb1acff1633 [label="RingIdeals(R)", shape=ellipse, style=filled, fillcolor="#ede9fe"];
    base_75b04b88d466 [label="Rings", shape=ellipse, style=filled, fillcolor="#dcfce7"];
    base_a50c7afdb74a [label="Rngs", shape=ellipse, style=filled, fillcolor="#dcfce7"];
    base_b0585c0cb66e [label="Schemes(K)", shape=ellipse, style=filled, fillcolor="#dcfce7"];
    base_cf93197d57ac [label="Schemes(S)", shape=ellipse, style=filled, fillcolor="#dcfce7"];
    base_ef263c15e407 [label="Semigroups", shape=ellipse, style=filled, fillcolor="#dcfce7"];
    base_5ed3021e33f8 [label="Semirings", shape=ellipse, style=filled, fillcolor="#dcfce7"];
    base_c810aaa2bc63 [label="SemisimpleAlgebras(R)", shape=ellipse, style=filled, fillcolor="#dcfce7"];
    base_2ab262f44dfc [label="Sets", shape=ellipse, style=filled, fillcolor="#dcfce7"];
    base_8b9f7f18ef72 [label="SetsWithPartialMaps", shape=ellipse, style=filled, fillcolor="#dcfce7"];
    base_b3daf67d7dda [label="SimplicialComplexes", shape=ellipse, style=filled, fillcolor="#dcfce7"];
    base_1cc1508d32a4 [label="SimplicialSets", shape=ellipse, style=filled, fillcolor="#ede9fe"];
    base_73f5cf415546 [label="SuperAlgebras(R)", shape=ellipse, style=filled, fillcolor="#dcfce7"];
    base_2525bb8d4c50 [label="SuperCrystals", shape=ellipse, style=filled, fillcolor="#dcfce7"];
    base_696bb0d9b3e6 [label="TopologicalSpaces", shape=ellipse, style=filled, fillcolor="#dcfce7"];
    base_c79a696d3d3e [label="VectorBundles(X,R)", shape=ellipse, style=filled, fillcolor="#dcfce7"];
    base_11afae939210 [label="WeylGroups", shape=ellipse, style=filled, fillcolor="#dcfce7"];
  }
  sage_a10b7a10d816 -> base_36857a148b10 [label="WithBasis; FiniteRank", style=dashed, color="#475569", tooltip="FiniteDimensionalBialgebrasWithBasis ↦ Bialgebras(R).WithBasis.FiniteRank"];
  sage_61115eba919b -> base_6112346e994c [label="WithBasis; FiniteRank", style=dashed, color="#475569", tooltip="FiniteDimensionalCoalgebrasWithBasis ↦ Coalgebras(R).WithBasis.FiniteRank"];
  sage_518ab90babb2 -> base_36857a148b10 [label="Graded", style=dashed, color="#475569", tooltip="GradedBialgebras ↦ Bialgebras(R).Graded"];
  sage_e73b337a8c1c -> base_36857a148b10 [label="WithBasis; Graded", style=dashed, color="#475569", tooltip="GradedBialgebrasWithBasis ↦ Bialgebras(R).WithBasis.Graded"];
  sage_1369b5128888 -> base_9f1bd4618162 [label="Graded", style=dashed, color="#475569", tooltip="GradedHopfAlgebras ↦ HopfAlgebras(R).Graded"];
  sage_31d952af0f66 -> base_95f006ef19bb [label="exact / named construction", style=dashed, color="#475569", tooltip="MonoidAlgebras ↦ MonoidAlgebras(R)"];
  sage_1694e4766e3a -> base_b0585c0cb66e [label="AbelianVariety", style=solid, color="#475569", tooltip="AbelianVarieties ↦ AbelianVarieties(K)"];
  sage_15495658efed -> base_ae9629f4ebb8 [label="Additive", style=solid, color="#475569", tooltip="AdditiveGroups ↦ Groups.Additive"];
  sage_6caa2af510c6 -> base_c2c8e74e59f6 [label="Additive", style=solid, color="#475569", tooltip="AdditiveMagmas ↦ Magmas.Additive"];
  sage_0c27acd8e4ea -> base_56e588a86d02 [label="Additive", style=solid, color="#475569", tooltip="AdditiveMonoids ↦ Monoids.Additive"];
  sage_505f02b11bb4 -> base_ef263c15e407 [label="Additive", style=solid, color="#475569", tooltip="AdditiveSemigroups ↦ Semigroups.Additive"];
  sage_9b0e89afc4af -> base_11afae939210 [label="Affine", style=solid, color="#475569", tooltip="AffineWeylGroups ↦ AffineWeylGroups"];
  sage_f3a64bb374ae -> base_813bcc11933c [label="exact / named construction", style=solid, color="#475569", tooltip="AlgebraIdeals ↦ AlgebraIdeals(A)"];
  sage_77b8f1236947 -> base_880545c5d88d [label="exact / named construction", style=dashed, color="#475569", tooltip="AlgebraModules ↦ Modules(A)"];
  sage_d6d37c787044 -> base_c6d7ad49fdf0 [label="Associative; Unital", style=solid, color="#475569", tooltip="Algebras ↦ AssociativeUnitalAlgebras(R)"];
  sage_6795bf8a1300 -> base_d2472086daa0 [label="WithBasis", style=solid, color="#475569", tooltip="AlgebrasWithBasis ↦ AssociativeUnitalAlgebras(R).WithBasis"];
  sage_dc6a6ac7ebf3 -> base_ef263c15e407 [label="Aperiodic", style=solid, color="#475569", tooltip="AperiodicSemigroups ↦ Semigroups.Aperiodic"];
  sage_6d4b2923f28c -> base_c6d7ad49fdf0 [label="Associative", style=solid, color="#475569", tooltip="AssociativeAlgebras ↦ Algebras(R).Associative"];
  sage_a492dd1ea5cc -> base_36857a148b10 [label="exact / named construction", style=solid, color="#475569", tooltip="Bialgebras ↦ Bialgebras(R)"];
  sage_0b430a8cf833 -> base_36857a148b10 [label="WithBasis", style=solid, color="#475569", tooltip="BialgebrasWithBasis ↦ Bialgebras(R).WithBasis"];
  sage_18712addae73 -> base_7c7ca4b3703a [label="exact / named construction", style=solid, color="#475569", tooltip="Bimodules ↦ Bimodules(R,S)"];
  sage_5bbcdf4fff4f -> base_132abe86d94d [label="exact / named construction", style=solid, color="#475569", tooltip="ChainComplexes ↦ ChainComplexes(C)"];
  sage_9368aabeb573 -> base_a3c2b2dbd555 [label="Classical", style=solid, color="#475569", tooltip="ClassicalCrystals ↦ ClassicalCrystals"];
  sage_17c455e578ee -> base_6112346e994c [label="exact / named construction", style=solid, color="#475569", tooltip="Coalgebras ↦ Coalgebras(R)"];
  sage_930a1b9cf5f4 -> base_6112346e994c [label="WithBasis", style=solid, color="#475569", tooltip="CoalgebrasWithBasis ↦ Coalgebras(R).WithBasis"];
  sage_8cf90f06fd2a -> base_ae9629f4ebb8 [label="Additive; Commutative", style=solid, color="#475569", tooltip="CommutativeAdditiveGroups ↦ AbelianGroups"];
  sage_1c085b97fe73 -> base_56e588a86d02 [label="Additive; Commutative", style=solid, color="#475569", tooltip="CommutativeAdditiveMonoids ↦ Monoids.Additive.Commutative"];
  sage_8e8e1c9c5ce6 -> base_ef263c15e407 [label="Additive; Commutative", style=solid, color="#475569", tooltip="CommutativeAdditiveSemigroups ↦ Semigroups.Additive.Commutative"];
  sage_1bbe7f4a1cce -> base_813bcc11933c [label="exact / named construction", style=dashed, color="#475569", tooltip="CommutativeAlgebraIdeals ↦ AlgebraIdeals(A)"];
  sage_547c4dc3134d -> base_d2472086daa0 [label="Commutative", style=solid, color="#475569", tooltip="CommutativeAlgebras ↦ CommutativeAlgebras(R)"];
  sage_5dea05cb7440 -> base_6cb1acff1633 [label="exact / named construction", style=dashed, color="#475569", tooltip="CommutativeRingIdeals ↦ RingIdeals(R)"];
  sage_3d8da0fd6136 -> base_75b04b88d466 [label="Commutative", style=solid, color="#475569", tooltip="CommutativeRings ↦ CommutativeRings"];
  sage_1f4632a5c569 -> base_81bdf3187421 [label="Complete", style=solid, color="#475569", tooltip="CompleteDiscreteValuationFields ↦ CompleteDiscreteValuationFields"];
  sage_1f299c8ec26f -> base_d420b88e26e0 [label="Complete", style=solid, color="#475569", tooltip="CompleteDiscreteValuationRings ↦ CompleteDiscreteValuationRings"];
  sage_42115443391d -> base_62da68999be6 [label="ComplexReflection", style=solid, color="#475569", tooltip="ComplexReflectionGroups ↦ ComplexReflectionGroups"];
  sage_161fc5ca1f26 -> base_62da68999be6 [label="exact / named construction", style=solid, color="#475569", tooltip="ComplexReflectionOrGeneralizedCoxeterGroups ↦ GroupsWithSimpleReflections"];
  sage_d9020e7952f4 -> base_47ccad0e4f35 [label="exact / named construction", style=solid, color="#475569", tooltip="CoxeterGroupAlgebras ↦ CoxeterGroupAlgebras(R)"];
  sage_b4c77c98b837 -> base_1a94d00ba9b9 [label="Coxeter", style=solid, color="#475569", tooltip="CoxeterGroups ↦ CoxeterGroups"];
  sage_a3c2b2dbd555 -> base_a3c2b2dbd555 [label="exact / named construction", style=solid, color="#475569", tooltip="Crystals ↦ Crystals"];
  sage_365fcdc8b915 -> base_696bb0d9b3e6 [label="CWStructure", style=solid, color="#475569", tooltip="CWComplexes ↦ CWComplexes"];
  sage_d4ed6b836903 -> base_1ca3a9a5a7cb [label="Dedekind", style=solid, color="#475569", tooltip="DedekindDomains ↦ DedekindDomains"];
  sage_81bdf3187421 -> base_e8b685271238 [label="DiscreteValuation", style=solid, color="#475569", tooltip="DiscreteValuationFields ↦ DiscreteValuationFields"];
  sage_d420b88e26e0 -> base_1ca3a9a5a7cb [label="DiscreteValuation", style=solid, color="#475569", tooltip="DiscreteValuationRings ↦ DiscreteValuationRings"];
  sage_5282ae495ef7 -> base_a186e7b6439e [label="Distributive@TwoOperations", style=solid, color="#475569", tooltip="DistributiveMagmasAndAdditiveMagmas ↦ MagmasWithTwoOperations.Distributive"];
  sage_34e3333c2fe9 -> base_75b04b88d466 [label="Division", style=solid, color="#475569", tooltip="DivisionRings ↦ DivisionRings"];
  sage_a0d641b3f1af -> base_75b04b88d466 [label="NoZeroDivisors", style=solid, color="#475569", tooltip="Domains ↦ Domains"];
  sage_91aa2c40ce87 -> base_00618a56d882 [label="exact / named construction", style=solid, color="#475569", tooltip="DrinfeldModules ↦ DrinfeldModules(γ : F_q[T] → K)"];
  sage_287df5d4753c -> base_2ab262f44dfc [label="Enumerated", style=solid, color="#475569", tooltip="EnumeratedSets ↦ Sets.Enumerated"];
  sage_8189b302a153 -> base_1ca3a9a5a7cb [label="Euclidean", style=solid, color="#475569", tooltip="EuclideanDomains ↦ EuclideanDomains"];
  sage_32d0bce56bbc -> base_2ab262f44dfc [label="exact / named construction", style=solid, color="#475569", tooltip="FacadeSets ↦ Sets"];
  sage_e8b685271238 -> base_34e3333c2fe9 [label="Commutative", style=solid, color="#475569", tooltip="Fields ↦ Fields"];
  sage_5a253e5fd315 -> base_d2472086daa0 [label="Filtered", style=solid, color="#475569", tooltip="FilteredAlgebras ↦ AssociativeUnitalAlgebras(R).Filtered"];
  sage_91a16d12aa67 -> base_d2472086daa0 [label="WithBasis; Filtered", style=solid, color="#475569", tooltip="FilteredAlgebrasWithBasis ↦ AssociativeUnitalAlgebras(R).WithBasis.Filtered"];
  sage_45e502e09eb8 -> base_9f1bd4618162 [label="WithBasis; Filtered", style=solid, color="#475569", tooltip="FilteredHopfAlgebrasWithBasis ↦ HopfAlgebras(R).WithBasis.Filtered"];
  sage_556bd5d785c2 -> base_c37b69ac263a [label="Filtered", style=solid, color="#475569", tooltip="FilteredModules ↦ Modules(R).Filtered"];
  sage_ffd46fda461e -> base_c37b69ac263a [label="WithBasis; Filtered", style=solid, color="#475569", tooltip="FilteredModulesWithBasis ↦ Modules(R).WithBasis.Filtered"];
  sage_fdd21d56c088 -> base_42115443391d [label="Finite", style=solid, color="#475569", tooltip="FiniteComplexReflectionGroups ↦ ComplexReflectionGroups.Finite"];
  sage_c5f99255087d -> base_b4c77c98b837 [label="Finite", style=solid, color="#475569", tooltip="FiniteCoxeterGroups ↦ CoxeterGroups.Finite"];
  sage_686a2068ca21 -> base_a3c2b2dbd555 [label="Finite", style=solid, color="#475569", tooltip="FiniteCrystals ↦ Crystals.Finite"];
  sage_3f6b4a972698 -> base_d2472086daa0 [label="WithBasis; FiniteRank", style=solid, color="#475569", tooltip="FiniteDimensionalAlgebrasWithBasis ↦ AssociativeUnitalAlgebras(R).WithBasis.FiniteRank"];
  sage_62cab49a17a2 -> base_969e07a113de [label="WithBasis; Graded; FiniteRank", style=solid, color="#475569", tooltip="FiniteDimensionalGradedLieAlgebrasWithBasis ↦ LieAlgebras(R).WithBasis.Graded.FiniteRank"];
  sage_b767ab41f49b -> base_9f1bd4618162 [label="WithBasis; FiniteRank", style=solid, color="#475569", tooltip="FiniteDimensionalHopfAlgebrasWithBasis ↦ HopfAlgebras(R).WithBasis.FiniteRank"];
  sage_5b0c9872e369 -> base_969e07a113de [label="WithBasis; FiniteRank", style=solid, color="#475569", tooltip="FiniteDimensionalLieAlgebrasWithBasis ↦ LieAlgebras(R).WithBasis.FiniteRank"];
  sage_aecc0518fd09 -> base_c37b69ac263a [label="WithBasis; FiniteRank", style=solid, color="#475569", tooltip="FiniteDimensionalModulesWithBasis ↦ Modules(R).WithBasis.FiniteRank"];
  sage_a72fc3cc6d63 -> base_969e07a113de [label="WithBasis; FiniteRank; Nilpotent", style=solid, color="#475569", tooltip="FiniteDimensionalNilpotentLieAlgebrasWithBasis ↦ LieAlgebras(R).WithBasis.FiniteRank.Nilpotent"];
  sage_3540d21d585b -> base_c810aaa2bc63 [label="WithBasis; FiniteRank", style=solid, color="#475569", tooltip="FiniteDimensionalSemisimpleAlgebrasWithBasis ↦ SemisimpleAlgebras(R).WithBasis.FiniteRank"];
  sage_3a142f2fa146 -> base_2ab262f44dfc [label="Enumerated; Finite", style=solid, color="#475569", tooltip="FiniteEnumeratedSets ↦ Sets.Enumerated.Finite"];
  sage_98923a1988ce -> base_e8b685271238 [label="Finite", style=solid, color="#475569", tooltip="FiniteFields ↦ FiniteFields"];
  sage_cc7516239d47 -> base_ae9629f4ebb8 [label="Finite", style=solid, color="#475569", tooltip="FiniteGroups ↦ Groups.Finite"];
  sage_e9feebbc95e8 -> base_e40041b56658 [label="Finite", style=solid, color="#475569", tooltip="FiniteLatticePosets ↦ LatticePosets.Finite"];
  sage_09b62a83a0ae -> base_56e588a86d02 [label="Finite", style=solid, color="#475569", tooltip="FiniteMonoids ↦ Monoids.Finite"];
  sage_5e3c04638a1a -> base_d201f1533e6e [label="Finite", style=solid, color="#475569", tooltip="FinitePermutationGroups ↦ PermutationGroups.Finite"];
  sage_476c34385fa9 -> base_1b9290901017 [label="Finite", style=solid, color="#475569", tooltip="FinitePosets ↦ Posets.Finite"];
  sage_7de113cf8f8c -> base_ef263c15e407 [label="Finite", style=solid, color="#475569", tooltip="FiniteSemigroups ↦ Semigroups.Finite"];
  sage_dd6fa83dba6c -> base_2ab262f44dfc [label="Finite", style=solid, color="#475569", tooltip="FiniteSets ↦ Sets.Finite"];
  sage_44f31d277e02 -> base_11afae939210 [label="Finite", style=solid, color="#475569", tooltip="FiniteWeylGroups ↦ WeylGroups.Finite"];
  sage_b1518bae74d3 -> base_19953d8feb21 [label="FinitelyGenerated", style=solid, color="#475569", tooltip="FinitelyGeneratedLambdaBracketAlgebras ↦ LambdaBracketAlgebras(R).FinitelyGenerated"];
  sage_804a03ff73ce -> base_0a564f70c983 [label="FinitelyGenerated@LambdaBracket", style=solid, color="#475569", tooltip="FinitelyGeneratedLieConformalAlgebras ↦ LieConformalAlgebras(R).FinitelyGenerated@LambdaBracket"];
  sage_3d0613fec294 -> base_c2c8e74e59f6 [label="FinitelyGenerated", style=solid, color="#475569", tooltip="FinitelyGeneratedMagmas ↦ Magmas.FinitelyGenerated"];
  sage_94b19b0ed06d -> base_ef263c15e407 [label="FinitelyGenerated", style=solid, color="#475569", tooltip="FinitelyGeneratedSemigroups ↦ Semigroups.FinitelyGenerated"];
  sage_18bfc1afa49f -> base_e8b685271238 [label="FunctionField", style=solid, color="#d97706", tooltip="FunctionFields ↦ FunctionFields"];
  sage_7ba128acc907 -> base_2ab262f44dfc [label="GAction", style=solid, color="#475569", tooltip="GSets ↦ G-Sets(G)"];
  sage_184d856c094d -> base_1ca3a9a5a7cb [label="GCD", style=solid, color="#475569", tooltip="GcdDomains ↦ GCDDomains"];
  sage_1a94d00ba9b9 -> base_62da68999be6 [label="GeneralizedCoxeter", style=solid, color="#475569", tooltip="GeneralizedCoxeterGroups ↦ GeneralizedCoxeterGroups"];
  sage_be0ea3717b71 -> base_d2472086daa0 [label="Graded", style=solid, color="#475569", tooltip="GradedAlgebras ↦ AssociativeUnitalAlgebras(R).Graded"];
  sage_807cdd53097d -> base_d2472086daa0 [label="WithBasis; Graded", style=solid, color="#475569", tooltip="GradedAlgebrasWithBasis ↦ AssociativeUnitalAlgebras(R).WithBasis.Graded"];
  sage_919cb1985ae2 -> base_6112346e994c [label="Graded", style=solid, color="#475569", tooltip="GradedCoalgebras ↦ Coalgebras(R).Graded"];
  sage_418194415c21 -> base_6112346e994c [label="WithBasis; Graded", style=solid, color="#475569", tooltip="GradedCoalgebrasWithBasis ↦ Coalgebras(R).WithBasis.Graded"];
  sage_987814cde733 -> base_9f1bd4618162 [label="WithBasis; Graded", style=solid, color="#475569", tooltip="GradedHopfAlgebrasWithBasis ↦ HopfAlgebras(R).WithBasis.Graded"];
  sage_480b8b9c7d33 -> base_969e07a113de [label="Graded", style=solid, color="#475569", tooltip="GradedLieAlgebras ↦ LieAlgebras(R).Graded"];
  sage_95fb40c737b8 -> base_969e07a113de [label="WithBasis; Graded", style=solid, color="#475569", tooltip="GradedLieAlgebrasWithBasis ↦ LieAlgebras(R).WithBasis.Graded"];
  sage_17628f5a559c -> base_0a564f70c983 [label="Graded", style=solid, color="#475569", tooltip="GradedLieConformalAlgebras ↦ LieConformalAlgebras(R).Graded"];
  sage_6b8d41945bbd -> base_c37b69ac263a [label="Graded", style=solid, color="#475569", tooltip="GradedModules ↦ Modules(R).Graded"];
  sage_56ca4f120854 -> base_c37b69ac263a [label="WithBasis; Graded", style=solid, color="#475569", tooltip="GradedModulesWithBasis ↦ Modules(R).WithBasis.Graded"];
  sage_78399476ef16 -> base_78399476ef16 [label="exact / named construction", style=solid, color="#475569", tooltip="Graphs ↦ Graphs"];
  sage_6754fb6cd8b3 -> base_754d43afe02c [label="exact / named construction", style=solid, color="#475569", tooltip="GroupAlgebras ↦ GroupAlgebras(R)"];
  sage_b4060810bdc8 -> base_ed3df5c6a6da [label="exact / named construction", style=solid, color="#dc2626", tooltip="Groupoid ↦ GroupoidsOn(G)"];
  sage_ae9629f4ebb8 -> base_ae9629f4ebb8 [label="exact / named construction", style=solid, color="#475569", tooltip="Groups ↦ Groups"];
  sage_ff3d870612be -> base_ef263c15e407 [label="HTrivial", style=solid, color="#475569", tooltip="HTrivialSemigroups ↦ Semigroups.HTrivial"];
  sage_c26ffd9f4356 -> base_c37b69ac263a [label="WithBasis; HeckeModuleStructure", style=solid, color="#475569", tooltip="HeckeModules ↦ HeckeModules(R)"];
  sage_1129970345ee -> base_a3c2b2dbd555 [label="HighestWeight", style=solid, color="#475569", tooltip="HighestWeightCrystals ↦ HighestWeightCrystals"];
  sage_cf9fa120c4c7 -> base_ab8ec49ed900 [label="exact / named construction", style=solid, color="#475569", tooltip="Homsets ↦ Homsets(C)"];
  sage_3e8b497307f5 -> base_9f1bd4618162 [label="exact / named construction", style=solid, color="#475569", tooltip="HopfAlgebras ↦ HopfAlgebras(R)"];
  sage_cd0ddcef5725 -> base_9f1bd4618162 [label="WithBasis", style=solid, color="#475569", tooltip="HopfAlgebrasWithBasis ↦ HopfAlgebras(R).WithBasis"];
  sage_9a00984eb2d7 -> base_2ab262f44dfc [label="Enumerated; Infinite", style=solid, color="#475569", tooltip="InfiniteEnumeratedSets ↦ Sets.Enumerated.Infinite"];
  sage_1ca3a9a5a7cb -> base_a0d641b3f1af [label="Commutative", style=solid, color="#475569", tooltip="IntegralDomains ↦ IntegralDomains"];
  sage_dd194c3dc46a -> base_ef263c15e407 [label="JTrivial", style=solid, color="#475569", tooltip="JTrivialSemigroups ↦ Semigroups.JTrivial"];
  sage_46c150798ff0 -> base_c253467bd70d [label="exact / named construction", style=solid, color="#475569", tooltip="KacMoodyAlgebras ↦ KacMoodyAlgebras(R)"];
  sage_c6dec338603a -> base_d2472086daa0 [label="WithBasis; Graded; FiniteRank; KählerPackage", style=solid, color="#d97706", tooltip="KahlerAlgebras ↦ AssociativeUnitalAlgebras(R).WithBasis.Graded.FiniteRank.KählerPackage"];
  sage_351c32f9b3d0 -> base_ef263c15e407 [label="LTrivial", style=solid, color="#475569", tooltip="LTrivialSemigroups ↦ Semigroups.LTrivial"];
  sage_25e512299af5 -> base_19953d8feb21 [label="exact / named construction", style=solid, color="#475569", tooltip="LambdaBracketAlgebras ↦ LambdaBracketAlgebras(R)"];
  sage_bd501221405a -> base_19953d8feb21 [label="WithBasis", style=solid, color="#475569", tooltip="LambdaBracketAlgebrasWithBasis ↦ LambdaBracketAlgebras(R).WithBasis"];
  sage_79edf78e8849 -> base_e40041b56658 [label="Distributive@Lattice", style=solid, color="#475569", tooltip="DistributiveLattices ↦ DistributiveLattices"];
  sage_e40041b56658 -> base_1b9290901017 [label="Lattice", style=solid, color="#475569", tooltip="LatticePosets ↦ LatticePosets"];
  sage_b17c1e63aa0f -> base_c37b69ac263a [label="exact / named construction", style=dashed, color="#475569", tooltip="LeftModules ↦ Modules(R)"];
  sage_290ea1cb9aeb -> base_969e07a113de [label="exact / named construction", style=solid, color="#475569", tooltip="LieAlgebras ↦ LieAlgebras(R)"];
  sage_7ad02c2d621f -> base_969e07a113de [label="WithBasis", style=solid, color="#475569", tooltip="LieAlgebrasWithBasis ↦ LieAlgebras(R).WithBasis"];
  sage_1d77a9353b9e -> base_0a564f70c983 [label="exact / named construction", style=solid, color="#475569", tooltip="LieConformalAlgebras ↦ LieConformalAlgebras(R)"];
  sage_b92bfc55d5ba -> base_0a564f70c983 [label="WithBasis", style=solid, color="#475569", tooltip="LieConformalAlgebrasWithBasis ↦ LieConformalAlgebras(R).WithBasis"];
  sage_a5b329834c9a -> base_a5b329834c9a [label="exact / named construction", style=solid, color="#475569", tooltip="LieGroups ↦ LieGroups"];
  sage_77046a539bd5 -> base_4b1d3c7f6f2b [label="KirillovReshetikhin", style=solid, color="#475569", tooltip="KirillovReshetikhinCrystals ↦ KirillovReshetikhinCrystals"];
  sage_4b1d3c7f6f2b -> base_4b1d3c7f6f2b [label="exact / named construction", style=solid, color="#475569", tooltip="LoopCrystals ↦ LoopCrystals"];
  sage_b7190f7c4b70 -> base_4b1d3c7f6f2b [label="Regular", style=solid, color="#475569", tooltip="RegularLoopCrystals ↦ RegularLoopCrystals"];
  sage_c2c8e74e59f6 -> base_c2c8e74e59f6 [label="exact / named construction", style=solid, color="#475569", tooltip="Magmas ↦ Magmas"];
  sage_ce4db4c204eb -> base_a186e7b6439e [label="exact / named construction", style=solid, color="#475569", tooltip="MagmasAndAdditiveMagmas ↦ MagmasWithTwoOperations"];
  sage_0d2bdb012929 -> base_c6d7ad49fdf0 [label="exact / named construction", style=solid, color="#475569", tooltip="MagmaticAlgebras ↦ Algebras(R)"];
  sage_73c8c5f00888 -> base_b29321c28bdd [label="ComplexAnalytic", style=solid, color="#475569", tooltip="ComplexManifolds ↦ ComplexManifolds"];
  sage_b29321c28bdd -> base_b29321c28bdd [label="exact / named construction", style=solid, color="#475569", tooltip="Manifolds ↦ Manifolds"];
  sage_118c5eef8218 -> base_c991fcc977fa [label="MatrixAlgebra", style=solid, color="#d97706", tooltip="MatrixAlgebras ↦ MatrixAlgebras(K)"];
  sage_219a10054442 -> base_696bb0d9b3e6 [label="Metric", style=solid, color="#475569", tooltip="MetricSpaces ↦ MetricSpaces"];
  sage_324406355fdf -> base_90aabdd36413 [label="Modular", style=solid, color="#475569", tooltip="ModularAbelianVarieties ↦ ModularAbelianVarieties(K)"];
  sage_04e9462c0ff0 -> base_c37b69ac263a [label="exact / named construction", style=solid, color="#dc2626", tooltip="Modules ↦ Modules(R)"];
  sage_eaa48976f90d -> base_c37b69ac263a [label="WithBasis", style=solid, color="#475569", tooltip="ModulesWithBasis ↦ Modules(R).WithBasis"];
  sage_56e588a86d02 -> base_56e588a86d02 [label="exact / named construction", style=solid, color="#475569", tooltip="Monoids ↦ Monoids"];
  sage_084de703e1be -> base_3d8da0fd6136 [label="Noetherian", style=solid, color="#475569", tooltip="NoetherianRings ↦ NoetherianCommutativeRings"];
  sage_dda7395e5d4b -> base_e8b685271238 [label="FiniteExtensionOf(Q)", style=solid, color="#475569", tooltip="NumberFields ↦ NumberFields"];
-   sage_72a83add2c5e -> base_6ec920ed081b [label="exact / named construction", style=solid, color="#475569", tooltip="Objects ↦ AmbientObjects"];
+   sage_72a83add2c5e -> base_6ec920ed081b [label="exact / named construction", style=solid, color="#475569", tooltip="Objects ↦ SageBackendObjects"];
  sage_9b6151949138 -> base_c37b69ac263a [label="OreModuleStructure(σ,δ)", style=solid, color="#475569", tooltip="OreModules ↦ OreModules(R,σ,δ)"];
  sage_8d1c6be44055 -> base_56e588a86d02 [label="CompatiblePartialOrder", style=solid, color="#475569", tooltip="PartiallyOrderedMonoids ↦ PartiallyOrderedMonoids"];
  sage_d201f1533e6e -> base_ae9629f4ebb8 [label="FaithfulPermutationAction", style=solid, color="#475569", tooltip="PermutationGroups ↦ PermutationGroups"];
  sage_8213450e0e52 -> base_2ab262f44dfc [label="Pointed", style=solid, color="#475569", tooltip="PointedSets ↦ Sets.Pointed"];
  sage_2da4dde9db7a -> base_20c229b52bff [label="exact / named construction", style=solid, color="#475569", tooltip="PolyhedralSets ↦ Polyhedra(R)"];
  sage_1b9290901017 -> base_1b9290901017 [label="exact / named construction", style=solid, color="#475569", tooltip="Posets ↦ Posets"];
  sage_2be5837abb10 -> base_1ca3a9a5a7cb [label="PrincipalIdeal", style=solid, color="#475569", tooltip="PrincipalIdealDomains ↦ PIDs"];
  sage_6ffd32d0c374 -> base_c37b69ac263a [label="QuantumGroupRepresentation", style=solid, color="#475569", tooltip="QuantumGroupRepresentations ↦ QuantumGroupRepresentations(R)"];
  sage_895f02661887 -> base_e8b685271238 [label="FractionFieldPresentation", style=solid, color="#475569", tooltip="QuotientFields ↦ FractionFields"];
  sage_5c5a72de4ef6 -> base_ef263c15e407 [label="RTrivial", style=solid, color="#475569", tooltip="RTrivialSemigroups ↦ Semigroups.RTrivial"];
  sage_722143466608 -> base_a3c2b2dbd555 [label="Regular", style=solid, color="#475569", tooltip="RegularCrystals ↦ RegularCrystals"];
  sage_3ce36bb1ada3 -> base_2525bb8d4c50 [label="Regular", style=solid, color="#475569", tooltip="RegularSuperCrystals ↦ RegularSuperCrystals"];
  sage_c704c375032f -> base_448429fbcf3d [label="exact / named construction", style=solid, color="#475569", tooltip="RightModules ↦ Modules(Rᵒᵖ)"];
  sage_bf8a9e50e0ca -> base_6cb1acff1633 [label="exact / named construction", style=solid, color="#475569", tooltip="RingIdeals ↦ RingIdeals(R)"];
  sage_75b04b88d466 -> base_75b04b88d466 [label="exact / named construction", style=solid, color="#475569", tooltip="Rings ↦ Rings"];
  sage_a50c7afdb74a -> base_a50c7afdb74a [label="exact / named construction", style=solid, color="#475569", tooltip="Rngs ↦ Rngs"];
  sage_65d2b63f219c -> base_90aabdd36413 [label="Jacobian", style=solid, color="#475569", tooltip="Jacobians ↦ Jacobians(K)"];
  sage_0a4e55c66da7 -> base_cf93197d57ac [label="exact / named construction", style=solid, color="#475569", tooltip="Schemes ↦ Schemes(S)"];
  sage_ef263c15e407 -> base_ef263c15e407 [label="exact / named construction", style=solid, color="#475569", tooltip="Semigroups ↦ Semigroups"];
  sage_5ed3021e33f8 -> base_5ed3021e33f8 [label="exact / named construction", style=solid, color="#475569", tooltip="Semirings ↦ Semirings"];
  sage_fc3bf6bb2843 -> base_d2472086daa0 [label="Semisimple", style=solid, color="#475569", tooltip="SemisimpleAlgebras ↦ SemisimpleAlgebras(R)"];
  sage_2ab262f44dfc -> base_2ab262f44dfc [label="exact / named construction", style=solid, color="#475569", tooltip="Sets ↦ Sets"];
  sage_867d841fe4c3 -> base_2ab262f44dfc [label="Graded", style=solid, color="#475569", tooltip="SetsWithGrading ↦ Sets.Graded"];
  sage_8b9f7f18ef72 -> base_8b9f7f18ef72 [label="exact / named construction", style=solid, color="#475569", tooltip="SetsWithPartialMaps ↦ SetsWithPartialMaps"];
  sage_ca35fbf7f503 -> base_1a94d00ba9b9 [label="Finite; Shephard", style=solid, color="#475569", tooltip="ShephardGroups ↦ ShephardGroups"];
  sage_b3daf67d7dda -> base_b3daf67d7dda [label="exact / named construction", style=solid, color="#475569", tooltip="SimplicialComplexes ↦ SimplicialComplexes"];
  sage_1cc1508d32a4 -> base_1cc1508d32a4 [label="exact / named construction", style=solid, color="#475569", tooltip="SimplicialSets ↦ SimplicialSets"];
  sage_47784f090b3c -> base_d2472086daa0 [label="Super", style=solid, color="#475569", tooltip="SuperAlgebras ↦ AssociativeUnitalAlgebras(R).Super"];
  sage_4043f792ed82 -> base_d2472086daa0 [label="WithBasis; Super", style=solid, color="#475569", tooltip="SuperAlgebrasWithBasis ↦ AssociativeUnitalAlgebras(R).WithBasis.Super"];
  sage_e301a2e9425e -> base_9f1bd4618162 [label="WithBasis; Super", style=solid, color="#475569", tooltip="SuperHopfAlgebrasWithBasis ↦ HopfAlgebras(R).WithBasis.Super"];
  sage_a748a02dbb0e -> base_0a564f70c983 [label="Super", style=solid, color="#475569", tooltip="SuperLieConformalAlgebras ↦ LieConformalAlgebras(R).Super"];
  sage_884b06deaf85 -> base_c37b69ac263a [label="Super", style=solid, color="#475569", tooltip="SuperModules ↦ Modules(R).Super"];
  sage_77bc090e0646 -> base_c37b69ac263a [label="WithBasis; Super", style=solid, color="#475569", tooltip="SuperModulesWithBasis ↦ Modules(R).WithBasis.Super"];
  sage_36c263f548c9 -> base_73f5cf415546 [label="Supercommutative", style=solid, color="#475569", tooltip="SupercommutativeAlgebras ↦ SupercommutativeAlgebras(R)"];
  sage_2525bb8d4c50 -> base_a3c2b2dbd555 [label="Super@Crystal", style=solid, color="#475569", tooltip="SuperCrystals ↦ SuperCrystals"];
  sage_696bb0d9b3e6 -> base_696bb0d9b3e6 [label="exact / named construction", style=solid, color="#475569", tooltip="TopologicalSpaces ↦ TopologicalSpaces"];
  sage_896e811da4fc -> base_c253467bd70d [label="TriangularDecomposition", style=solid, color="#475569", tooltip="TriangularKacMoodyAlgebras ↦ TriangularKacMoodyAlgebras(R)"];
  sage_6c1b997a3775 -> base_1ca3a9a5a7cb [label="UniqueFactorization", style=solid, color="#475569", tooltip="UniqueFactorizationDomains ↦ UFDs"];
  sage_b96f8ac56b75 -> base_c6d7ad49fdf0 [label="Unital", style=solid, color="#475569", tooltip="UnitalAlgebras ↦ Algebras(R).Unital"];
  sage_5c54e1babd42 -> base_c79a696d3d3e [label="exact / named construction", style=solid, color="#475569", tooltip="VectorBundles ↦ VectorBundles(X,R)"];
  sage_1f4fe737433d -> base_4bc72293de86 [label="exact / named construction", style=solid, color="#475569", tooltip="VectorSpaces ↦ VectorSpaces(K)"];
  sage_11afae939210 -> base_b4c77c98b837 [label="Weyl", style=solid, color="#475569", tooltip="WeylGroups ↦ WeylGroups"];
}